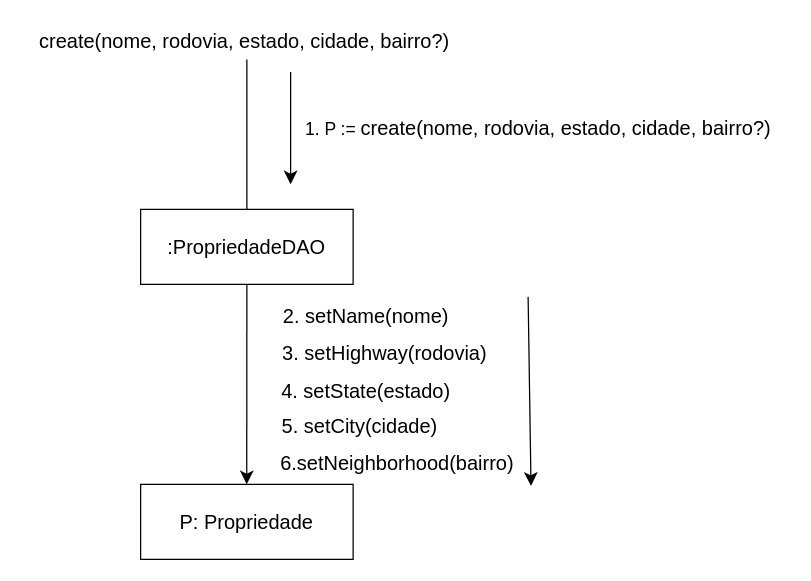
This is Trabalho final/7 - DC/Cadastrar Proprietario.drawio from ViniciusKurek/CalculadoraAPS, a draw.io file, before an edit. Source tidied: cells renumbered, new cells numbered last; positions are measured from the earlier drawing's top-left corner, leaving out a move shared by most shapes. Both pictures are drawn from the tidied source at 125%, with x=0, y=0 at pixel (21, 21).
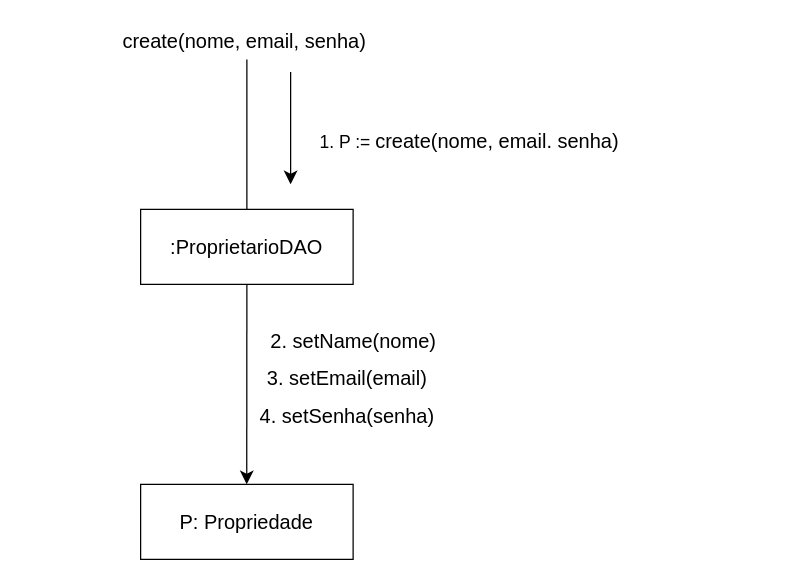
The same page after the edit.

Change to the diagram source:
```diff
@@
 <mxGraphModel>
   <root>
     <mxCell id="0" />
     <mxCell id="1" parent="0" />
     <mxCell id="2" style="edgeStyle=none;curved=1;rounded=0;jettySize=auto;html=1;exitX=0.5;exitY=1;exitDx=0;exitDy=0;fontSize=12;startSize=8;endSize=8;" parent="1" edge="1" source="4">
       <mxGeometry relative="1" as="geometry">
         <mxPoint x="179.9" y="370" as="targetPoint" />
       </mxGeometry>
     </mxCell>
     <mxCell id="3" style="edgeStyle=none;curved=1;rounded=0;jettySize=auto;html=1;exitX=0.5;exitY=0;exitDx=0;exitDy=0;fontSize=12;startSize=8;endSize=8;endArrow=none;endFill=0;" parent="1" edge="1" source="4" target="5">
       <mxGeometry relative="1" as="geometry" />
     </mxCell>
-    <mxCell id="4" value=":PropriedadeDAO" style="rounded=0;whiteSpace=wrap;html=1;fontSize=16;" parent="1" vertex="1">
+    <mxCell id="4" value=":ProprietarioDAO" style="rounded=0;whiteSpace=wrap;html=1;fontSize=16;" parent="1" vertex="1">
       <mxGeometry x="95" y="150" width="170" height="60" as="geometry" />
     </mxCell>
-    <mxCell id="5" value="create(nome, rodovia, estado, cidade, bairro?)&amp;nbsp;" style="text;html=1;align=center;verticalAlign=middle;points=[];strokeColor=none;fillColor=none;fontSize=16;" parent="1" vertex="1">
-      <mxGeometry width="360" height="30" as="geometry" />
+    <mxCell id="5" value="create(nome, email, senha)&amp;nbsp;" style="text;html=1;align=center;verticalAlign=middle;points=[];strokeColor=none;fillColor=none;fontSize=16;" parent="1" vertex="1">
+      <mxGeometry x="70" width="220" height="30" as="geometry" />
     </mxCell>
     <mxCell id="6" style="endArrow=classic;html=1;rounded=0;fontSize=12;startSize=8;endSize=8;curved=1;" parent="1" edge="1">
       <mxGeometry relative="1" as="geometry">
         <mxPoint x="215" y="40" as="sourcePoint" />
         <mxPoint x="215" y="130" as="targetPoint" />
       </mxGeometry>
     </mxCell>
-    <mxCell id="7" value="&lt;font style=&quot;font-size: 14px;&quot;&gt;1. P :=&amp;nbsp;&lt;/font&gt;create(nome, rodovia, estado, cidade, bairro?)&amp;nbsp;" style="text;html=1;align=center;verticalAlign=middle;strokeColor=none;fillColor=none;fontSize=16;" parent="1" vertex="1">
-      <mxGeometry x="215" y="70" width="400" height="30" as="geometry" />
+    <mxCell id="7" value="&lt;font style=&quot;font-size: 14px;&quot;&gt;1. P :=&amp;nbsp;&lt;/font&gt;create(nome, email. senha)&amp;nbsp;" style="text;html=1;align=center;verticalAlign=middle;strokeColor=none;fillColor=none;fontSize=16;" parent="1" vertex="1">
+      <mxGeometry x="225" y="80" width="270" height="30" as="geometry" />
     </mxCell>
     <mxCell id="8" value="P: Propriedade" style="rounded=0;whiteSpace=wrap;html=1;fontSize=16;" parent="1" vertex="1">
       <mxGeometry x="95" y="370" width="170" height="60" as="geometry" />
     </mxCell>
     <mxCell id="9" value="2. setName(nome)" style="text;html=1;align=center;verticalAlign=middle;strokeColor=none;fillColor=none;fontSize=16;" parent="1" vertex="1">
-      <mxGeometry x="195" y="220" width="160" height="30" as="geometry" />
+      <mxGeometry x="185" y="240" width="160" height="30" as="geometry" />
     </mxCell>
-    <mxCell id="10" value="3. setHighway(rodovia)" style="text;html=1;align=center;verticalAlign=middle;strokeColor=none;fillColor=none;fontSize=16;" parent="1" vertex="1">
-      <mxGeometry x="195" y="250" width="190" height="30" as="geometry" />
+    <mxCell id="10" value="3. setEmail(email)" style="text;html=1;align=center;verticalAlign=middle;strokeColor=none;fillColor=none;fontSize=16;" parent="1" vertex="1">
+      <mxGeometry x="185" y="270" width="150" height="30" as="geometry" />
     </mxCell>
-    <mxCell id="11" value="4. setState(estado)" style="text;html=1;align=center;verticalAlign=middle;strokeColor=none;fillColor=none;fontSize=16;" parent="1" vertex="1">
-      <mxGeometry x="195" y="280" width="160" height="30" as="geometry" />
+    <mxCell id="11" value="4. setSenha(senha)" style="text;html=1;align=center;verticalAlign=middle;strokeColor=none;fillColor=none;fontSize=16;" parent="1" vertex="1">
+      <mxGeometry x="180" y="300" width="160" height="30" as="geometry" />
     </mxCell>
-    <mxCell id="12" style="endArrow=classic;html=1;rounded=0;fontSize=12;startSize=8;endSize=8;curved=1;entryX=1.011;entryY=1.109;entryDx=0;entryDy=0;entryPerimeter=0;" parent="1" edge="1" target="14">
-      <mxGeometry relative="1" as="geometry">
-        <mxPoint x="405" y="220" as="sourcePoint" />
-      </mxGeometry>
-    </mxCell>
-    <mxCell id="13" value="5. setCity(cidade)" style="text;html=1;align=center;verticalAlign=middle;strokeColor=none;fillColor=none;fontSize=16;" parent="1" vertex="1">
-      <mxGeometry x="195" y="308" width="150" height="30" as="geometry" />
-    </mxCell>
-    <mxCell id="14" value="6.setNeighborhood(bairro)" style="text;html=1;align=center;verticalAlign=middle;points=[];strokeColor=none;fillColor=none;fontSize=16;" parent="1" vertex="1">
-      <mxGeometry x="195" y="338" width="210" height="30" as="geometry" />
-    </mxCell>
   </root>
 </mxGraphModel>
```
